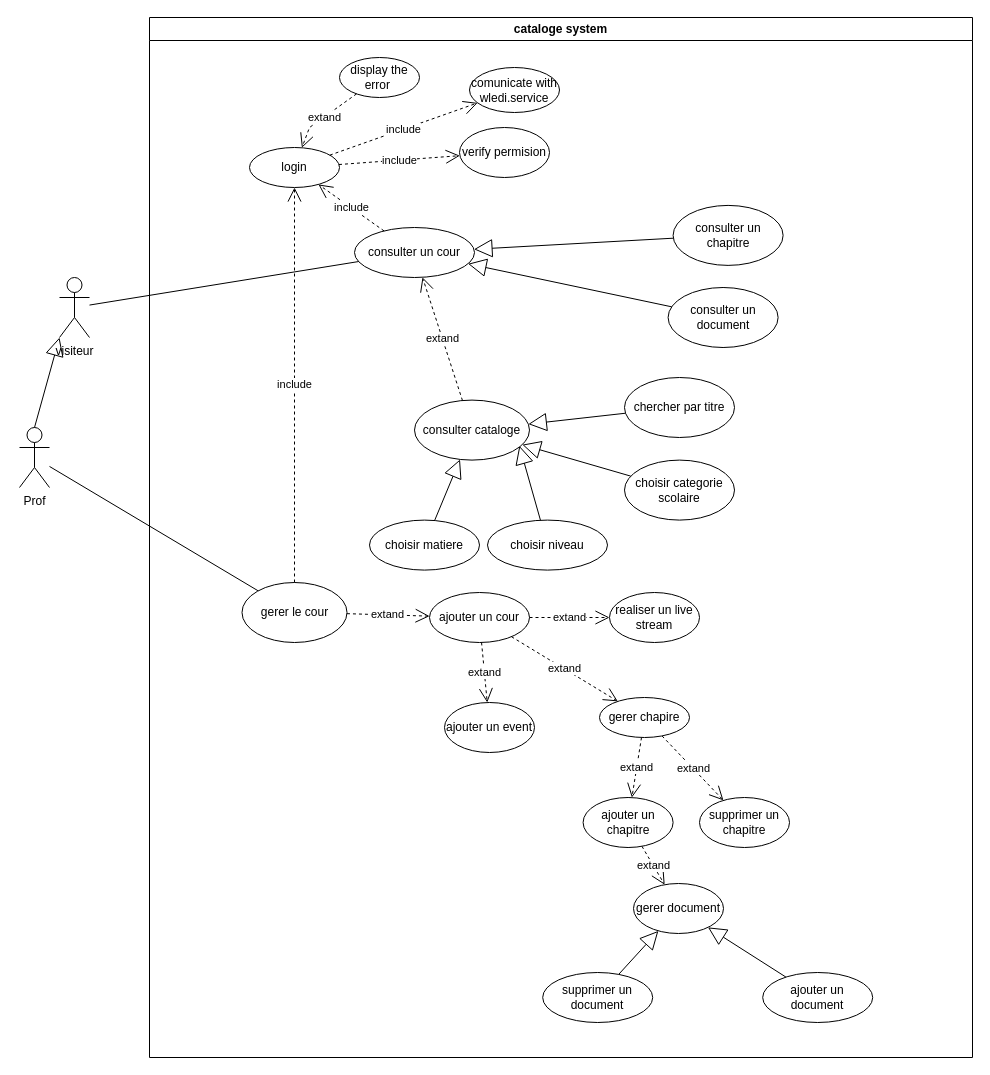
This is use_case_catalog.drawio from faresUnderScore999/test1.0, a draw.io file, before an edit. Source tidied: cells renumbered, new cells numbered last; positions are measured from the earlier drawing's top-left corner, leaving out a move shared by most shapes. Both pictures are drawn from the tidied source at 100%, with x=0, y=0 at pixel (19, 17).
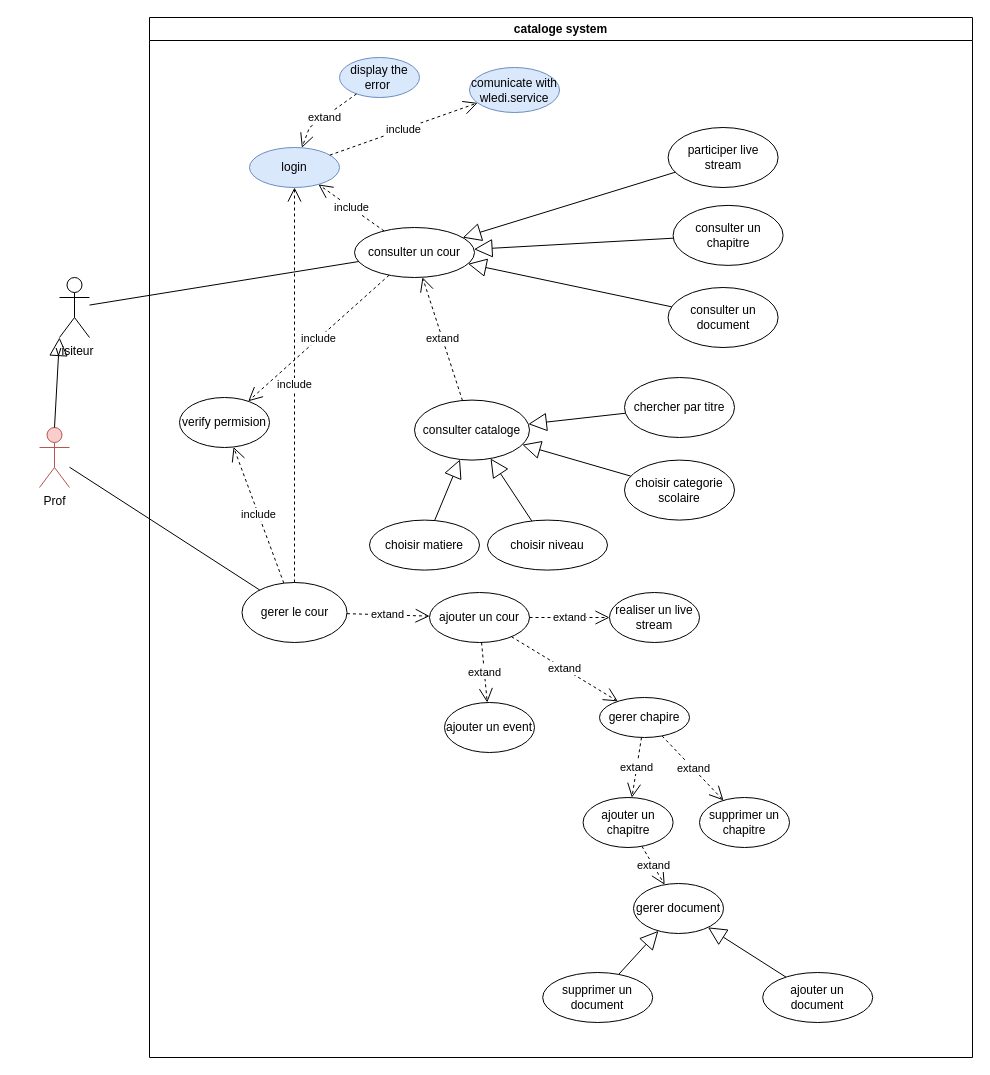
Above is the later version.

Commit message (it also covers changes not shown here):
Mettre à jour use_case_catalog.drawio

Unchanged cells that the change refers to:
```xml
<mxCell id="3" value="cataloge system" style="swimlane;whiteSpace=wrap;html=1;" parent="1" vertex="1">
  <mxGeometry x="130" width="823" height="1040" as="geometry" />
</mxCell>
<mxCell id="11" value="consulter un cour" style="ellipse;whiteSpace=wrap;html=1;" parent="3" vertex="1">
  <mxGeometry x="205" y="210" width="120" height="50" as="geometry" />
</mxCell>
<mxCell id="13" value="consulter cataloge" style="ellipse;whiteSpace=wrap;html=1;" parent="3" vertex="1">
  <mxGeometry x="265" y="382.6" width="115" height="60" as="geometry" />
</mxCell>
<mxCell id="18" value="choisir niveau" style="ellipse;whiteSpace=wrap;html=1;" parent="3" vertex="1">
  <mxGeometry x="338" y="502.6" width="120" height="50" as="geometry" />
</mxCell>
<mxCell id="23" value="gerer le cour" style="ellipse;whiteSpace=wrap;html=1;" parent="3" vertex="1">
  <mxGeometry x="92.5" y="565" width="105" height="60" as="geometry" />
</mxCell>
```

Change to the diagram source:
```diff
@@
-    <mxCell id="2" value="Prof" style="shape=umlActor;verticalLabelPosition=bottom;verticalAlign=top;html=1;" parent="1" vertex="1">
-      <mxGeometry y="410" width="30" height="60" as="geometry" />
+    <mxCell id="2" value="Prof" style="shape=umlActor;verticalLabelPosition=bottom;verticalAlign=top;html=1;fillColor=#f8cecc;strokeColor=#b85450;" parent="1" vertex="1">
+      <mxGeometry x="20" y="410" width="30" height="60" as="geometry" />
     </mxCell>
@@
-    <mxCell id="4" value="login" style="ellipse;whiteSpace=wrap;html=1;" parent="3" vertex="1">
+    <mxCell id="4" value="login" style="ellipse;whiteSpace=wrap;html=1;fillColor=#dae8fc;strokeColor=#6c8ebf;" parent="3" vertex="1">
       <mxGeometry x="100" y="130" width="90" height="40" as="geometry" />
     </mxCell>
-    <mxCell id="5" value="comunicate with wledi.service" style="ellipse;whiteSpace=wrap;html=1;" parent="3" vertex="1">
+    <mxCell id="5" value="comunicate with wledi.service" style="ellipse;whiteSpace=wrap;html=1;fillColor=#dae8fc;strokeColor=#6c8ebf;" parent="3" vertex="1">
       <mxGeometry x="320" y="50" width="90" height="45" as="geometry" />
     </mxCell>
@@
     <mxCell id="7" value="verify permision" style="ellipse;whiteSpace=wrap;html=1;" parent="3" vertex="1">
-      <mxGeometry x="310" y="110" width="90" height="50" as="geometry" />
+      <mxGeometry x="30" y="380" width="90" height="50" as="geometry" />
     </mxCell>
-    <mxCell id="8" value="include" style="endArrow=open;endSize=12;dashed=1;html=1;rounded=0;" parent="3" edge="1" source="4" target="7">
+    <mxCell id="8" value="include" style="endArrow=open;endSize=12;dashed=1;html=1;rounded=0;" parent="3" edge="1" source="23" target="7">
       <mxGeometry relative="1" as="geometry" />
     </mxCell>
-    <mxCell id="9" value="display the error&amp;nbsp;" style="ellipse;whiteSpace=wrap;html=1;" parent="3" vertex="1">
+    <mxCell id="9" value="display the error&amp;nbsp;" style="ellipse;whiteSpace=wrap;html=1;fillColor=#dae8fc;strokeColor=#6c8ebf;" parent="3" vertex="1">
       <mxGeometry x="190" y="40" width="80" height="40" as="geometry" />
     </mxCell>
@@
-    <mxCell id="20" style="endArrow=block;endSize=16;endFill=0;html=1;rounded=0;entryX=0.912;entryY=0.761;entryDx=0;entryDy=0;entryPerimeter=0;" parent="3" edge="1" source="18" target="13">
+    <mxCell id="20" style="endArrow=block;endSize=16;endFill=0;html=1;rounded=0;" parent="3" edge="1" source="18" target="13">
       <mxGeometry relative="1" as="geometry" />
     </mxCell>
@@
+    <mxCell id="51" value="include" style="endArrow=open;endSize=12;dashed=1;html=1;rounded=0;" parent="3" edge="1" source="11" target="7">
+      <mxGeometry relative="1" as="geometry" />
+    </mxCell>
+    <mxCell id="52" value="participer live stream" style="ellipse;whiteSpace=wrap;html=1;" parent="3" vertex="1">
+      <mxGeometry x="518.6" y="110" width="110" height="60" as="geometry" />
+    </mxCell>
+    <mxCell id="53" style="endArrow=block;endSize=16;endFill=0;html=1;rounded=0;" parent="3" edge="1" source="52" target="11">
+      <mxGeometry relative="1" as="geometry" />
+    </mxCell>
```
